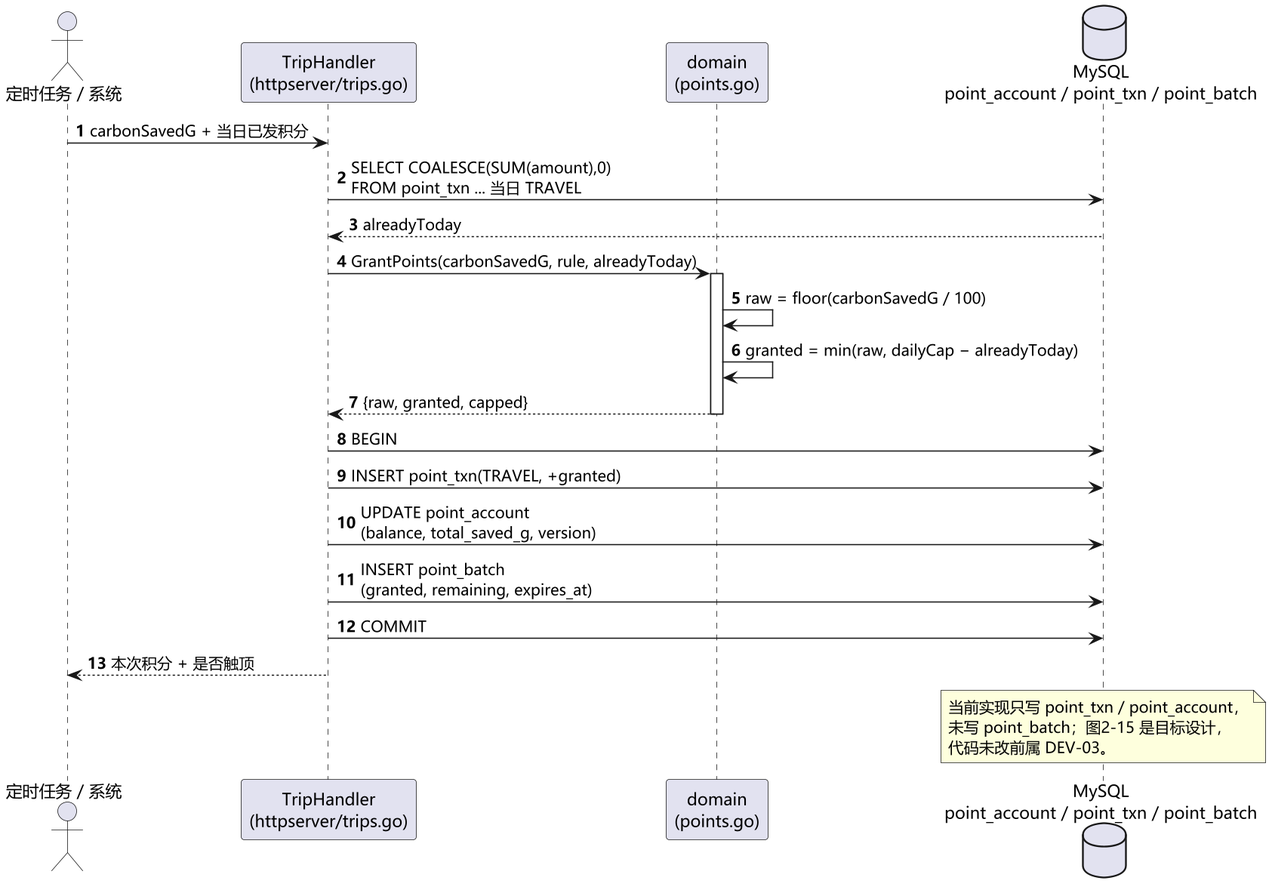
This is docs/uml/out/图2-6 序列图：核发碳积分（UC-05 用例实现）.png from chiyan11/green-travel-points, a PlantUML export, as it was before one commit.
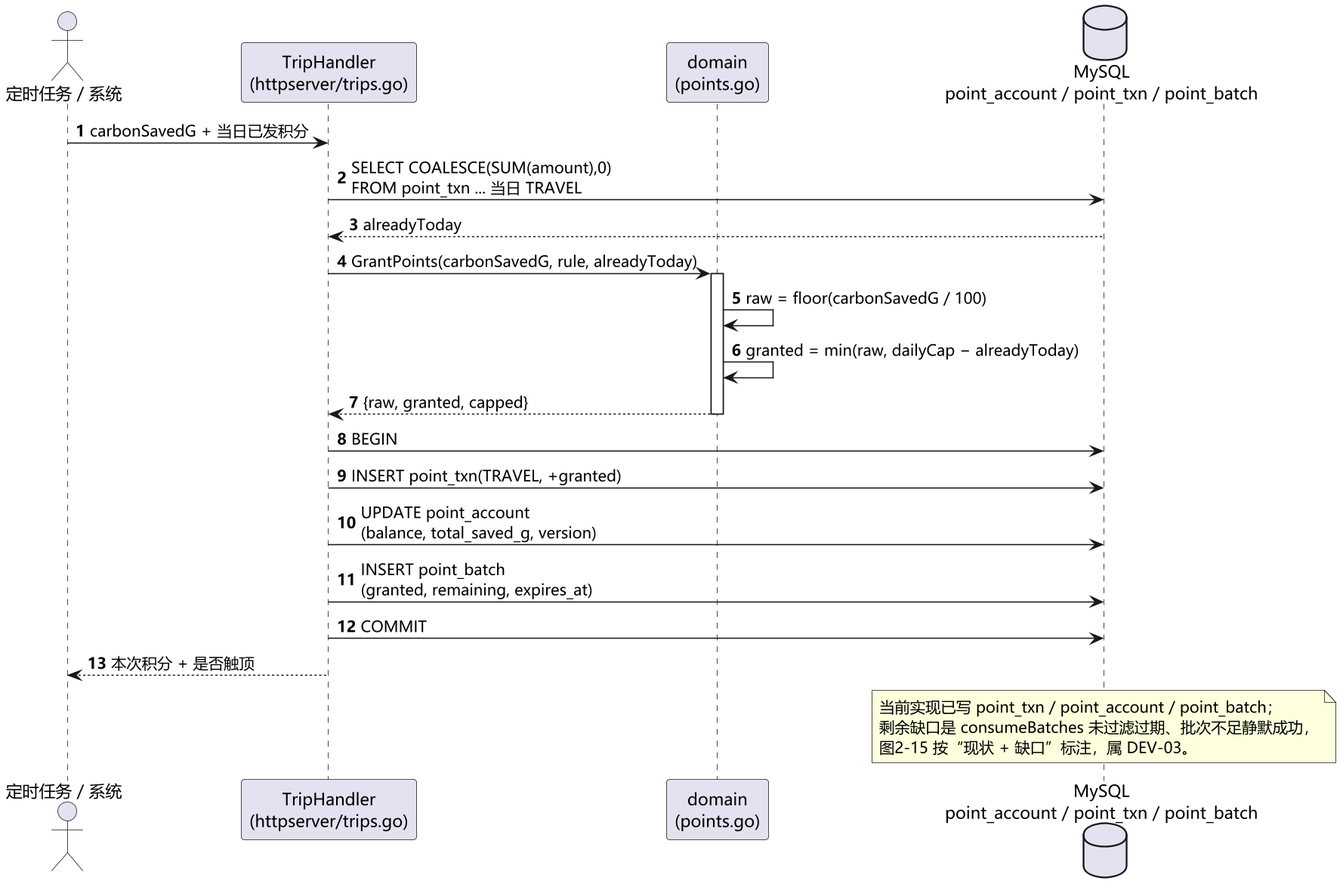
After the commit.

Change to the diagram source:
```diff
@@ -26,8 +26,8 @@
 H --> S : 本次积分 + 是否触顶
 
 note over DB
-  当前实现只写 point_txn / point_account，
-  未写 point_batch；图2-15 是目标设计，
-  代码未改前属 DEV-03。
+  当前实现已写 point_txn / point_account / point_batch；
+  剩余缺口是 consumeBatches 未过滤过期、批次不足静默成功，
+  图2-15 按“现状 + 缺口”标注，属 DEV-03。
 end note
 @enduml
```
